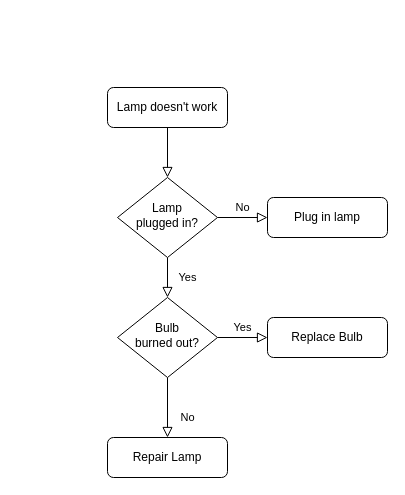
Above: Untitled Diagram.drawio in rosemberg0212/Software-libre (draw.io), before the change. Source tidied: cells renumbered, new cells numbered last; positions are measured from the earlier drawing's top-left corner, leaving out a move shared by most shapes. Both pictures are drawn from the tidied source at 100%, with x=0, y=0 at pixel (107, 87).
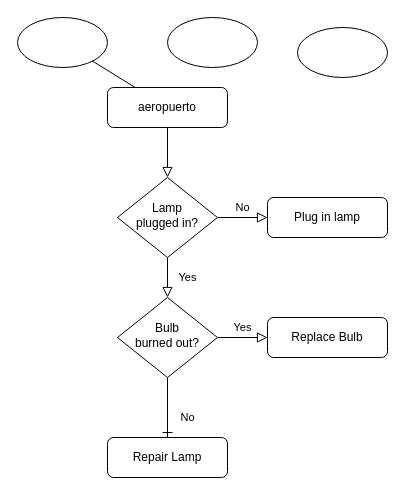
Above is the later version.

What changed in the source:
```diff
@@
 <mxGraphModel>
   <root>
     <mxCell id="0" />
     <mxCell id="1" parent="0" />
     <mxCell id="2" style="rounded=0;html=1;jettySize=auto;fontSize=11;endArrow=block;endFill=0;endSize=8;strokeWidth=1;shadow=0;labelBackgroundColor=none;edgeStyle=orthogonalEdgeStyle;" parent="1" edge="1" source="3" target="6">
       <mxGeometry relative="1" as="geometry" />
     </mxCell>
-    <mxCell id="3" value="Lamp doesn't work" style="rounded=1;whiteSpace=wrap;html=1;fontSize=12;glass=0;strokeWidth=1;shadow=0;" parent="1" vertex="1">
+    <mxCell id="3" value="aeropuerto" style="rounded=1;whiteSpace=wrap;html=1;fontSize=12;glass=0;strokeWidth=1;shadow=0;" parent="1" vertex="1">
       <mxGeometry width="120" height="40" as="geometry" />
     </mxCell>
     <mxCell id="4" value="Yes" style="rounded=0;html=1;jettySize=auto;fontSize=11;endArrow=block;endFill=0;endSize=8;strokeWidth=1;shadow=0;labelBackgroundColor=none;edgeStyle=orthogonalEdgeStyle;" parent="1" edge="1" source="6" target="10">
       <mxGeometry y="20" relative="1" as="geometry" />
     </mxCell>
     <mxCell id="5" value="No" style="edgeStyle=orthogonalEdgeStyle;rounded=0;html=1;jettySize=auto;fontSize=11;endArrow=block;endFill=0;endSize=8;strokeWidth=1;shadow=0;labelBackgroundColor=none;" parent="1" edge="1" source="6" target="7">
       <mxGeometry y="10" relative="1" as="geometry" />
     </mxCell>
     <mxCell id="6" value="Lamp&lt;br&gt;plugged in?" style="rhombus;whiteSpace=wrap;html=1;shadow=0;fontFamily=Helvetica;fontSize=12;align=center;strokeWidth=1;spacing=6;spacingTop=-4;" parent="1" vertex="1">
       <mxGeometry x="10" y="90" width="100" height="80" as="geometry" />
     </mxCell>
     <mxCell id="7" value="Plug in lamp" style="rounded=1;whiteSpace=wrap;html=1;fontSize=12;glass=0;strokeWidth=1;shadow=0;" parent="1" vertex="1">
       <mxGeometry x="160" y="110" width="120" height="40" as="geometry" />
     </mxCell>
-    <mxCell id="8" value="No" style="rounded=0;html=1;jettySize=auto;fontSize=11;endArrow=block;endFill=0;endSize=8;strokeWidth=1;shadow=0;labelBackgroundColor=none;edgeStyle=orthogonalEdgeStyle;" parent="1" edge="1" source="10" target="11">
+    <mxCell id="8" value="No" style="rounded=0;html=1;jettySize=auto;fontSize=11;endArrow=ERone;endFill=0;endSize=8;strokeWidth=1;shadow=0;labelBackgroundColor=none;edgeStyle=orthogonalEdgeStyle;" parent="1" edge="1" source="10" target="11">
       <mxGeometry x="0.33" y="20" relative="1" as="geometry" />
     </mxCell>
     <mxCell id="9" value="Yes" style="edgeStyle=orthogonalEdgeStyle;rounded=0;html=1;jettySize=auto;fontSize=11;endArrow=block;endFill=0;endSize=8;strokeWidth=1;shadow=0;labelBackgroundColor=none;" parent="1" edge="1" source="10" target="12">
       <mxGeometry y="10" relative="1" as="geometry" />
     </mxCell>
     <mxCell id="10" value="Bulb&lt;br&gt;burned out?" style="rhombus;whiteSpace=wrap;html=1;shadow=0;fontFamily=Helvetica;fontSize=12;align=center;strokeWidth=1;spacing=6;spacingTop=-4;" parent="1" vertex="1">
       <mxGeometry x="10" y="210" width="100" height="80" as="geometry" />
     </mxCell>
     <mxCell id="11" value="Repair Lamp" style="rounded=1;whiteSpace=wrap;html=1;fontSize=12;glass=0;strokeWidth=1;shadow=0;" parent="1" vertex="1">
       <mxGeometry y="350" width="120" height="40" as="geometry" />
     </mxCell>
     <mxCell id="12" value="Replace Bulb" style="rounded=1;whiteSpace=wrap;html=1;fontSize=12;glass=0;strokeWidth=1;shadow=0;" parent="1" vertex="1">
       <mxGeometry x="160" y="230" width="120" height="40" as="geometry" />
     </mxCell>
+    <mxCell id="13" style="ellipse;whiteSpace=wrap;html=1;" parent="1" vertex="1">
+      <mxGeometry x="-90" y="-70" width="90" height="50" as="geometry" />
+    </mxCell>
+    <mxCell id="14" style="endArrow=none;html=1;" parent="1" edge="1" source="3" target="13">
+      <mxGeometry relative="1" as="geometry" />
+    </mxCell>
+    <mxCell id="15" style="ellipse;whiteSpace=wrap;html=1;" parent="1" vertex="1">
+      <mxGeometry x="60" y="-70" width="90" height="50" as="geometry" />
+    </mxCell>
+    <mxCell id="16" style="ellipse;whiteSpace=wrap;html=1;" parent="1" vertex="1">
+      <mxGeometry x="190" y="-60" width="90" height="50" as="geometry" />
+    </mxCell>
   </root>
 </mxGraphModel>
```
